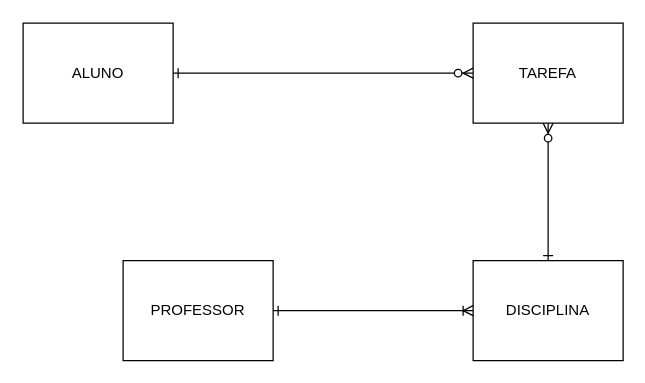
The draw.io diagram NotificadorTarefas.drawio in pauloreis66/draws, before the edit. Source tidied: cells renumbered, new cells numbered last; positions are measured from the earlier drawing's top-left corner, leaving out a move shared by most shapes. Both pictures are drawn from the tidied source at 125%, with x=0, y=0 at pixel (22, 22).
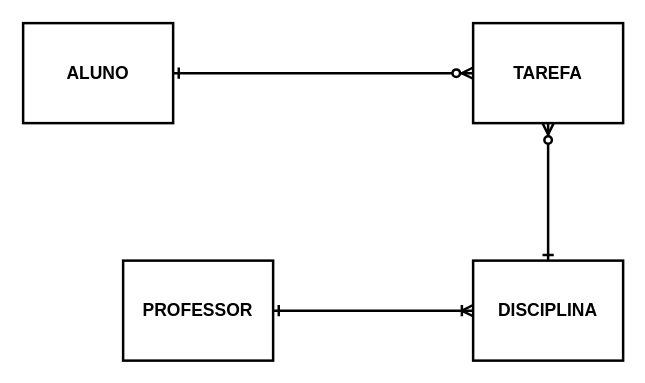
The same page after the edit.

Diff of the diagram source:
```diff
@@
 <mxGraphModel>
   <root>
     <mxCell id="0" />
     <mxCell id="1" parent="0" />
-    <mxCell id="2" value="ALUNO" style="whiteSpace=wrap;html=1;align=center;" parent="1" vertex="1">
+    <mxCell id="2" value="ALUNO" style="whiteSpace=wrap;html=1;align=center;strokeWidth=2;fontSize=14;fontStyle=1;" parent="1" vertex="1">
       <mxGeometry width="120" height="80" as="geometry" />
     </mxCell>
-    <mxCell id="3" value="TAREFA" style="whiteSpace=wrap;html=1;align=center;" parent="1" vertex="1">
+    <mxCell id="3" value="TAREFA" style="whiteSpace=wrap;html=1;align=center;strokeWidth=2;fontSize=14;fontStyle=1;" parent="1" vertex="1">
       <mxGeometry x="360" width="120" height="80" as="geometry" />
     </mxCell>
-    <mxCell id="4" style="edgeStyle=entityRelationEdgeStyle;fontSize=12;html=1;endArrow=ERzeroToMany;endFill=1;exitX=1;exitY=0.5;exitDx=0;exitDy=0;startArrow=ERone;startFill=0;" parent="1" edge="1" source="2" target="3">
+    <mxCell id="4" style="edgeStyle=entityRelationEdgeStyle;fontSize=12;html=1;endArrow=ERzeroToMany;endFill=1;exitX=1;exitY=0.5;exitDx=0;exitDy=0;startArrow=ERone;startFill=0;strokeWidth=2;" parent="1" edge="1" source="2" target="3">
       <mxGeometry relative="1" as="geometry" />
     </mxCell>
-    <mxCell id="5" style="edgeStyle=orthogonalEdgeStyle;rounded=0;jettySize=auto;html=1;entryX=0.5;entryY=1;entryDx=0;entryDy=0;startArrow=ERone;startFill=0;endArrow=ERzeroToMany;endFill=1;" parent="1" edge="1" source="6" target="3">
+    <mxCell id="5" style="edgeStyle=orthogonalEdgeStyle;rounded=0;jettySize=auto;html=1;entryX=0.5;entryY=1;entryDx=0;entryDy=0;startArrow=ERone;startFill=0;endArrow=ERzeroToMany;endFill=1;strokeWidth=2;" parent="1" edge="1" source="6" target="3">
       <mxGeometry relative="1" as="geometry" />
     </mxCell>
-    <mxCell id="6" value="DISCIPLINA" style="whiteSpace=wrap;html=1;align=center;" parent="1" vertex="1">
+    <mxCell id="6" value="DISCIPLINA" style="whiteSpace=wrap;html=1;align=center;strokeWidth=2;fontStyle=1;fontSize=14;" parent="1" vertex="1">
       <mxGeometry x="360" y="190" width="120" height="80" as="geometry" />
     </mxCell>
-    <mxCell id="7" style="edgeStyle=orthogonalEdgeStyle;rounded=0;jettySize=auto;html=1;entryX=0;entryY=0.5;entryDx=0;entryDy=0;startArrow=ERone;startFill=0;endArrow=ERoneToMany;endFill=0;" parent="1" edge="1" source="8" target="6">
+    <mxCell id="7" style="edgeStyle=orthogonalEdgeStyle;rounded=0;jettySize=auto;html=1;entryX=0;entryY=0.5;entryDx=0;entryDy=0;startArrow=ERone;startFill=0;endArrow=ERoneToMany;endFill=0;strokeWidth=2;" parent="1" edge="1" source="8" target="6">
       <mxGeometry relative="1" as="geometry" />
     </mxCell>
-    <mxCell id="8" value="PROFESSOR" style="whiteSpace=wrap;html=1;align=center;" parent="1" vertex="1">
+    <mxCell id="8" value="PROFESSOR" style="whiteSpace=wrap;html=1;align=center;strokeWidth=2;fontSize=14;fontStyle=1;" parent="1" vertex="1">
       <mxGeometry x="80" y="190" width="120" height="80" as="geometry" />
     </mxCell>
   </root>
 </mxGraphModel>
```
